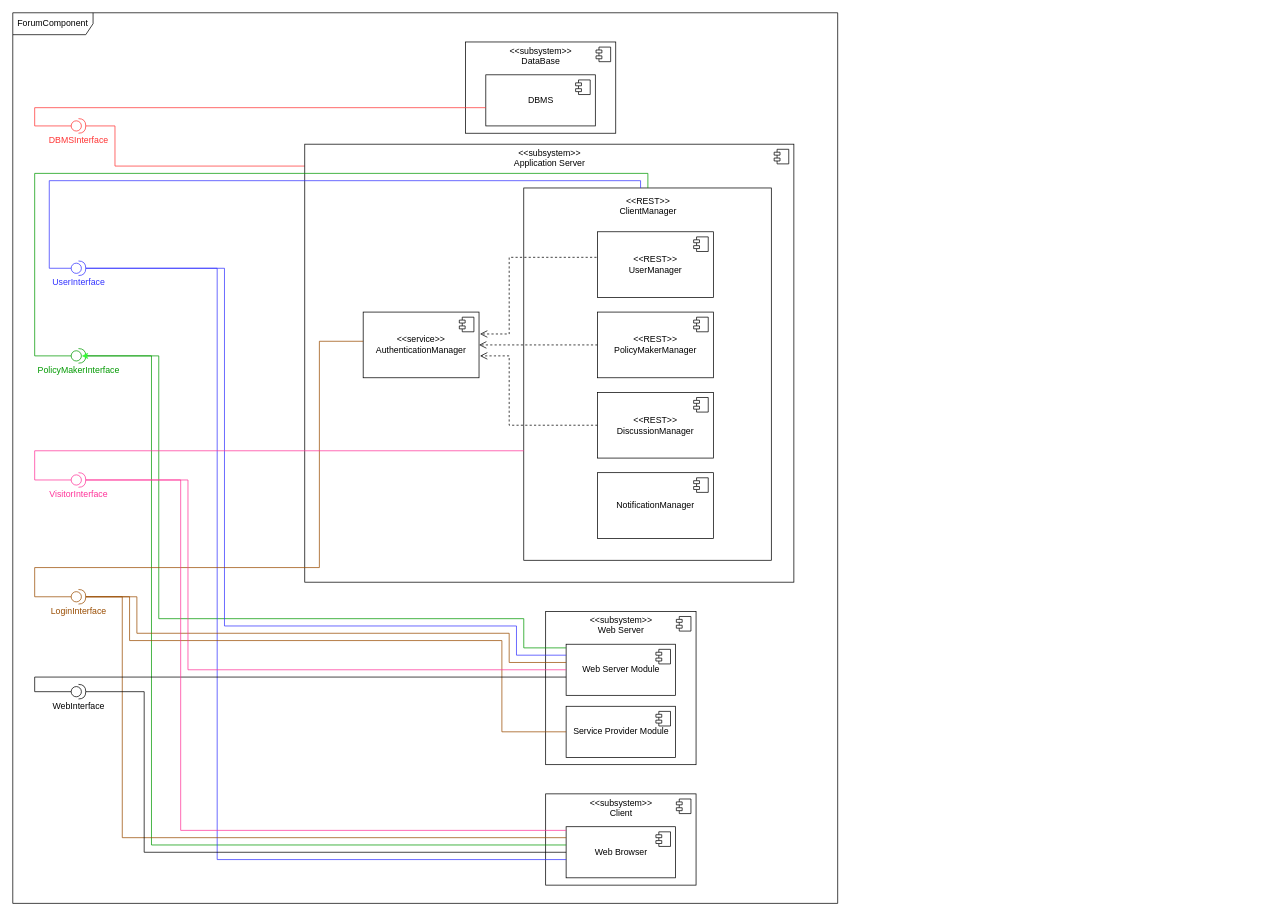
Earlier version of the draw.io diagram page "ForumComponent" (1 of 2) of DD Diagrams/ComponentDiagram.drawio (matteovisotto/SE2-CecchettoSirianiVisotto). Source tidied: cells renumbered, new cells numbered last; positions are measured from the earlier drawing's top-left corner, leaving out a move shared by most shapes. Both pictures are drawn from the tidied source at 73%, with x=0, y=0 at pixel (12, 12).
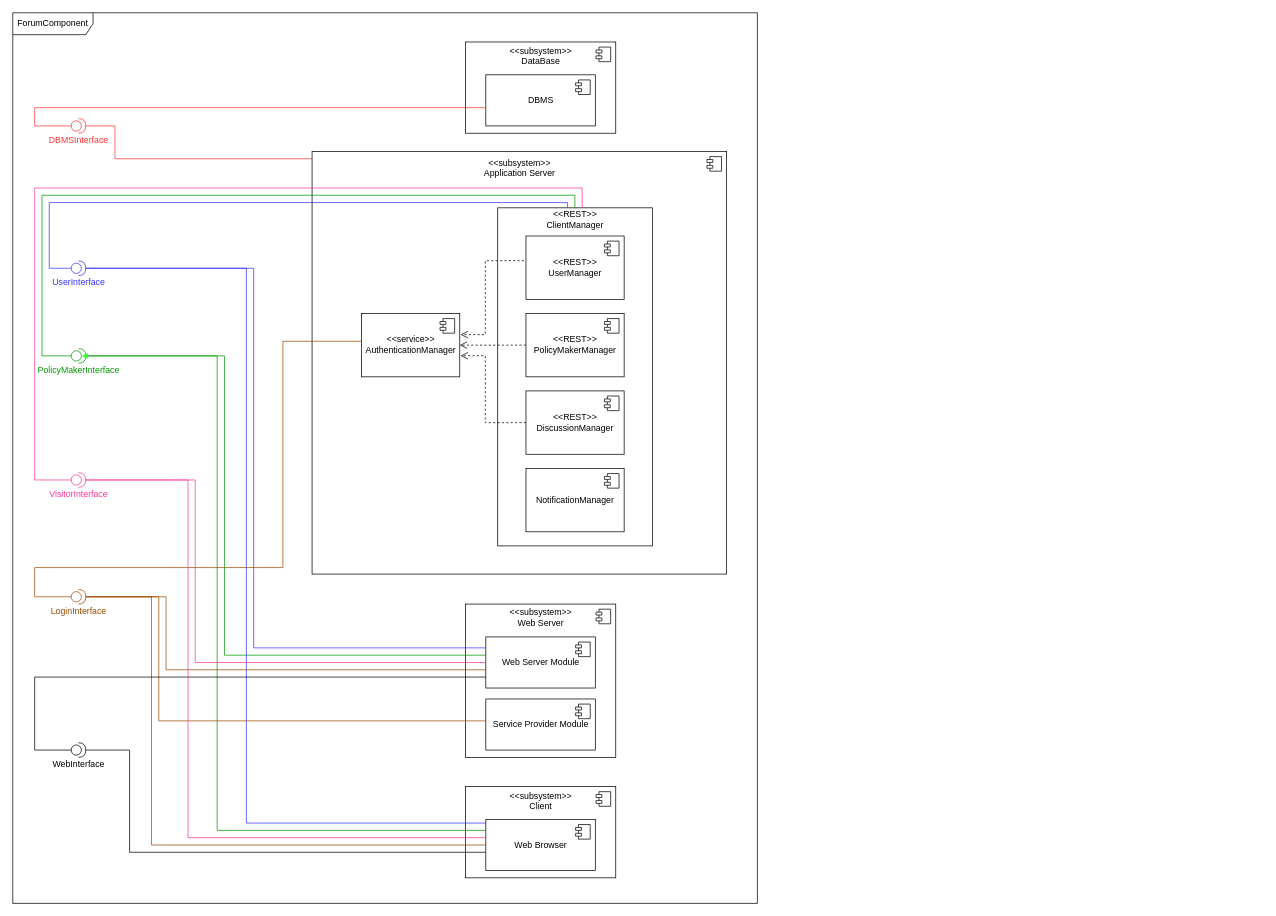
The same diagram, later.

Unchanged cells that the change refers to:
```xml
<mxCell id="3" value="&lt;font color=&quot;#ff3333&quot;&gt;DBMSInterface&lt;/font&gt;" style="shape=providedRequiredInterface;html=1;verticalLabelPosition=bottom;sketch=0;strokeColor=#FF3333;" parent="1" vertex="1">
  <mxGeometry x="80" y="145" width="20" height="20" as="geometry" />
</mxCell>
<mxCell id="9" value="&lt;font color=&quot;#3333ff&quot;&gt;UserInterface&lt;/font&gt;" style="shape=providedRequiredInterface;html=1;verticalLabelPosition=bottom;sketch=0;strokeColor=#3333FF;" parent="1" vertex="1">
  <mxGeometry x="80" y="340" width="20" height="20" as="geometry" />
</mxCell>
<mxCell id="10" value="&lt;font color=&quot;#009900&quot;&gt;PolicyMakerInterface&lt;/font&gt;" style="shape=providedRequiredInterface;html=1;verticalLabelPosition=bottom;sketch=0;strokeColor=#009900;" parent="1" vertex="1">
  <mxGeometry x="80" y="460" width="20" height="20" as="geometry" />
</mxCell>
<mxCell id="14" value="Web Browser" style="html=1;" parent="11" vertex="1">
  <mxGeometry x="28" y="45" width="150" height="70" as="geometry" />
</mxCell>
<mxCell id="19" value="Web Server Module" style="html=1;" parent="16" vertex="1">
  <mxGeometry x="28" y="45" width="150" height="70" as="geometry" />
</mxCell>
<mxCell id="21" value="Service Provider Module" style="html=1;" parent="16" vertex="1">
  <mxGeometry x="28" y="130" width="150" height="70" as="geometry" />
</mxCell>
<mxCell id="47" value="&lt;font color=&quot;#994c00&quot;&gt;LoginInterface&lt;/font&gt;" style="shape=providedRequiredInterface;html=1;verticalLabelPosition=bottom;sketch=0;strokeColor=#994C00;" parent="1" vertex="1">
  <mxGeometry x="80" y="790" width="20" height="20" as="geometry" />
</mxCell>
<mxCell id="61" value="&lt;font color=&quot;#ff3399&quot;&gt;VisitorInterface&lt;/font&gt;" style="shape=providedRequiredInterface;html=1;verticalLabelPosition=bottom;sketch=0;strokeColor=#FF3399;" parent="1" vertex="1">
  <mxGeometry x="80" y="630" width="20" height="20" as="geometry" />
</mxCell>
```

The edit, as a diff of the source:
```diff
@@
     <mxCell id="2" value="ForumComponent" style="shape=umlFrame;whiteSpace=wrap;html=1;width=110;height=30;" parent="1" vertex="1">
-      <mxGeometry width="1130" height="1220" as="geometry" />
+      <mxGeometry width="1020" height="1220" as="geometry" />
     </mxCell>
@@
     <mxCell id="11" style="group;" parent="1" vertex="1">
-      <mxGeometry x="730" y="1070" width="206" height="125" as="geometry" />
+      <mxGeometry x="620" y="1060" width="206" height="125" as="geometry" />
     </mxCell>
@@
     <mxCell id="16" style="group;" parent="1" vertex="1">
-      <mxGeometry x="730" y="820" width="206" height="210" as="geometry" />
+      <mxGeometry x="620" y="810" width="206" height="210" as="geometry" />
     </mxCell>
@@
     <mxCell id="24" style="endArrow=none;html=1;edgeStyle=orthogonalEdgeStyle;rounded=0;exitX=1;exitY=0.5;exitDx=0;exitDy=0;exitPerimeter=0;strokeColor=#FF3333;" parent="1" edge="1" source="3" target="27">
       <mxGeometry relative="1" as="geometry">
         <Array as="points">
           <mxPoint x="140" y="155" />
-          <mxPoint x="140" y="210" />
+          <mxPoint x="140" y="200" />
         </Array>
       </mxGeometry>
     </mxCell>
     <mxCell id="25" style="group;" parent="1" vertex="1">
-      <mxGeometry x="400" y="180" width="1312.7" height="611.5" as="geometry" />
+      <mxGeometry x="450" y="190" width="1262.7" height="590" as="geometry" />
     </mxCell>
     <mxCell id="26" style="group;" parent="25" vertex="1">
-      <mxGeometry width="1312.7" height="611.5" as="geometry" />
+      <mxGeometry x="-40" width="1112.7" height="590" as="geometry" />
     </mxCell>
-    <mxCell id="27" value="&amp;lt;&amp;lt;subsystem&amp;gt;&amp;gt;&lt;br&gt;Application Server&lt;br&gt;&lt;br&gt;&lt;br&gt;&lt;br&gt;&lt;br&gt;&lt;br&gt;&lt;br&gt;&lt;br&gt;&lt;br&gt;&lt;br&gt;&lt;br&gt;&lt;br&gt;&lt;br&gt;&lt;br&gt;&lt;br&gt;&lt;br&gt;&lt;br&gt;&lt;br&gt;&lt;br&gt;&lt;br&gt;&lt;br&gt;&lt;br&gt;&lt;br&gt;&lt;br&gt;&lt;br&gt;&lt;br&gt;&lt;br&gt;&lt;br&gt;&lt;br&gt;&lt;br&gt;&lt;br&gt;&lt;br&gt;&lt;br&gt;&lt;br&gt;&lt;br&gt;&lt;br&gt;&lt;br&gt;&lt;br&gt;&lt;br&gt;&lt;br&gt;" style="html=1;" parent="26" vertex="1">
-      <mxGeometry width="670" height="600" as="geometry" />
+    <mxCell id="27" value="&amp;lt;&amp;lt;subsystem&amp;gt;&amp;gt;&lt;br&gt;Application Server&lt;br&gt;&lt;br&gt;&lt;br&gt;&lt;br&gt;&lt;br&gt;&lt;br&gt;&lt;br&gt;&lt;br&gt;&lt;br&gt;&lt;br&gt;&lt;br&gt;&lt;br&gt;&lt;br&gt;&lt;br&gt;&lt;br&gt;&lt;br&gt;&lt;br&gt;&lt;br&gt;&lt;br&gt;&lt;br&gt;&lt;br&gt;&lt;br&gt;&lt;br&gt;&lt;br&gt;&lt;br&gt;&lt;br&gt;&lt;br&gt;&lt;br&gt;&lt;br&gt;&lt;br&gt;&lt;br&gt;&lt;br&gt;&lt;br&gt;&lt;br&gt;&lt;br&gt;&lt;br&gt;&lt;br&gt;&lt;br&gt;" style="html=1;" parent="26" vertex="1">
+      <mxGeometry width="567.9" height="578.9" as="geometry" />
     </mxCell>
@@
-    <mxCell id="29" value="&amp;lt;&amp;lt;REST&amp;gt;&amp;gt;&lt;br&gt;ClientManager&lt;br&gt;&lt;br&gt;&lt;br&gt;&lt;br&gt;&lt;br&gt;&lt;br&gt;&lt;br&gt;&lt;br&gt;&lt;br&gt;&lt;br&gt;&lt;br&gt;&lt;br&gt;&lt;br&gt;&lt;br&gt;&lt;br&gt;&lt;br&gt;&lt;br&gt;&lt;br&gt;&lt;br&gt;&lt;br&gt;&lt;br&gt;&lt;br&gt;&lt;br&gt;&lt;br&gt;&lt;br&gt;&lt;br&gt;&lt;br&gt;&lt;br&gt;&lt;br&gt;&lt;br&gt;&lt;br&gt;&lt;br&gt;&lt;br&gt;" style="html=1;" parent="26" vertex="1">
-      <mxGeometry x="300" y="60" width="339.1" height="510" as="geometry" />
+    <mxCell id="29" value="&amp;lt;&amp;lt;REST&amp;gt;&amp;gt;&lt;br&gt;ClientManager&lt;br&gt;&lt;br&gt;&lt;br&gt;&lt;br&gt;&lt;br&gt;&lt;br&gt;&lt;br&gt;&lt;br&gt;&lt;br&gt;&lt;br&gt;&lt;br&gt;&lt;br&gt;&lt;br&gt;&lt;br&gt;&lt;br&gt;&lt;br&gt;&lt;br&gt;&lt;br&gt;&lt;br&gt;&lt;br&gt;&lt;br&gt;&lt;br&gt;&lt;br&gt;&lt;br&gt;&lt;br&gt;&lt;br&gt;&lt;br&gt;&lt;br&gt;&lt;br&gt;&lt;br&gt;&lt;br&gt;" style="html=1;" parent="26" vertex="1">
+      <mxGeometry x="254.3" y="77.2" width="211.9" height="463.1" as="geometry" />
     </mxCell>
@@
     <mxCell id="31" style="html=1;verticalAlign=bottom;endArrow=open;dashed=1;endSize=8;rounded=0;" parent="26" edge="1" source="39">
       <mxGeometry relative="1" as="geometry">
-        <mxPoint x="240" y="290" as="targetPoint" />
+        <mxPoint x="203.4" y="279.8" as="targetPoint" />
         <Array as="points">
-          <mxPoint x="280" y="385" />
-          <mxPoint x="280" y="290" />
-          <mxPoint x="260" y="290" />
+          <mxPoint x="237.3" y="371.5" />
+          <mxPoint x="237.3" y="279.8" />
+          <mxPoint x="220.4" y="279.8" />
         </Array>
       </mxGeometry>
     </mxCell>
     <mxCell id="32" style="html=1;verticalAlign=bottom;endArrow=open;dashed=1;endSize=8;rounded=0;" parent="26" edge="1">
       <mxGeometry relative="1" as="geometry">
-        <mxPoint x="441.7" y="155" as="sourcePoint" />
-        <mxPoint x="240" y="260" as="targetPoint" />
+        <mxPoint x="374.4" y="149.6" as="sourcePoint" />
+        <mxPoint x="203.4" y="250.9" as="targetPoint" />
         <Array as="points">
-          <mxPoint x="280" y="155" />
-          <mxPoint x="280" y="260" />
+          <mxPoint x="237.3" y="149.6" />
+          <mxPoint x="237.3" y="250.9" />
         </Array>
       </mxGeometry>
     </mxCell>
     <mxCell id="33" value="&amp;lt;&amp;lt;REST&amp;gt;&amp;gt;&lt;br&gt;UserManager" style="html=1;" parent="26" vertex="1">
-      <mxGeometry x="401" y="120" width="158.7" height="90" as="geometry" />
+      <mxGeometry x="293" y="115.8" width="134.5" height="86.8" as="geometry" />
     </mxCell>
@@
     <mxCell id="35" value="&amp;lt;&amp;lt;REST&amp;gt;&amp;gt;&lt;br&gt;PolicyMakerManager" style="html=1;" parent="26" vertex="1">
-      <mxGeometry x="401" y="230" width="158.7" height="90" as="geometry" />
+      <mxGeometry x="293" y="221.9" width="134.5" height="86.8" as="geometry" />
     </mxCell>
@@
     <mxCell id="37" value="NotificationManager" style="html=1;" parent="26" vertex="1">
-      <mxGeometry x="401" y="450" width="158.7" height="90" as="geometry" />
+      <mxGeometry x="293" y="434.2" width="134.5" height="86.8" as="geometry" />
     </mxCell>
@@
     <mxCell id="39" value="&amp;lt;&amp;lt;REST&amp;gt;&amp;gt;&lt;br&gt;DiscussionManager" style="html=1;" parent="26" vertex="1">
-      <mxGeometry x="401" y="340" width="158.7" height="90" as="geometry" />
+      <mxGeometry x="293" y="328" width="134.5" height="86.8" as="geometry" />
     </mxCell>
@@
     <mxCell id="41" value="&amp;lt;&amp;lt;service&amp;gt;&amp;gt;&lt;br&gt;AuthenticationManager" style="html=1;" parent="26" vertex="1">
-      <mxGeometry x="80" y="230" width="158.7" height="90" as="geometry" />
+      <mxGeometry x="67.8" y="221.9" width="134.5" height="86.8" as="geometry" />
     </mxCell>
@@
     <mxCell id="43" style="endArrow=none;html=1;edgeStyle=orthogonalEdgeStyle;rounded=0;exitX=0;exitY=0.5;exitDx=0;exitDy=0;exitPerimeter=0;strokeColor=#3333FF;" parent="1" edge="1" source="9" target="29">
       <mxGeometry relative="1" as="geometry">
         <Array as="points">
           <mxPoint x="50" y="350" />
-          <mxPoint x="50" y="230" />
-          <mxPoint x="860" y="230" />
+          <mxPoint x="50" y="260" />
+          <mxPoint x="760" y="260" />
         </Array>
       </mxGeometry>
     </mxCell>
     <mxCell id="44" style="endArrow=none;html=1;edgeStyle=orthogonalEdgeStyle;rounded=0;exitX=0;exitY=0.5;exitDx=0;exitDy=0;exitPerimeter=0;strokeColor=#009900;" parent="1" edge="1" source="10" target="29">
       <mxGeometry relative="1" as="geometry">
         <Array as="points">
-          <mxPoint x="30" y="470" />
-          <mxPoint x="30" y="220" />
-          <mxPoint x="870" y="220" />
+          <mxPoint x="40" y="470" />
+          <mxPoint x="40" y="250" />
+          <mxPoint x="770" y="250" />
         </Array>
       </mxGeometry>
     </mxCell>
     <mxCell id="45" style="endArrow=none;html=1;edgeStyle=orthogonalEdgeStyle;rounded=0;exitX=1;exitY=0.5;exitDx=0;exitDy=0;exitPerimeter=0;strokeColor=#009900;" parent="1" edge="1" source="10" target="14">
       <mxGeometry relative="1" as="geometry">
         <Array as="points">
-          <mxPoint x="190" y="470" />
-          <mxPoint x="190" y="1140" />
+          <mxPoint x="280" y="470" />
+          <mxPoint x="280" y="1120" />
         </Array>
       </mxGeometry>
     </mxCell>
     <mxCell id="46" style="endArrow=none;html=1;edgeStyle=orthogonalEdgeStyle;rounded=0;exitX=1;exitY=0.5;exitDx=0;exitDy=0;exitPerimeter=0;strokeColor=#009900;" parent="1" edge="1" source="10" target="19">
       <mxGeometry relative="1" as="geometry">
         <Array as="points">
-          <mxPoint x="200" y="470" />
-          <mxPoint x="200" y="830" />
-          <mxPoint x="700" y="830" />
-          <mxPoint x="700" y="870" />
+          <mxPoint x="290" y="470" />
+          <mxPoint x="290" y="880" />
         </Array>
       </mxGeometry>
     </mxCell>
@@
     <mxCell id="48" value="WebInterface" style="shape=providedRequiredInterface;html=1;verticalLabelPosition=bottom;sketch=0;" parent="1" vertex="1">
-      <mxGeometry x="80" y="920" width="20" height="20" as="geometry" />
+      <mxGeometry x="80" y="1000" width="20" height="20" as="geometry" />
     </mxCell>
     <mxCell id="49" style="endArrow=none;html=1;edgeStyle=orthogonalEdgeStyle;rounded=0;strokeColor=#3333FF;" parent="1" edge="1" target="19">
       <mxGeometry relative="1" as="geometry">
         <mxPoint x="100" y="350" as="sourcePoint" />
         <Array as="points">
-          <mxPoint x="290" y="350" />
-          <mxPoint x="290" y="840" />
-          <mxPoint x="690" y="840" />
-          <mxPoint x="690" y="880" />
+          <mxPoint x="330" y="350" />
+          <mxPoint x="330" y="870" />
         </Array>
       </mxGeometry>
     </mxCell>
     <mxCell id="50" style="endArrow=none;html=1;edgeStyle=orthogonalEdgeStyle;rounded=0;exitX=1;exitY=0.5;exitDx=0;exitDy=0;exitPerimeter=0;strokeColor=#3333FF;" parent="1" edge="1" source="9" target="14">
       <mxGeometry relative="1" as="geometry">
         <Array as="points">
-          <mxPoint x="280" y="350" />
-          <mxPoint x="280" y="1160" />
+          <mxPoint x="320" y="350" />
+          <mxPoint x="320" y="1110" />
         </Array>
       </mxGeometry>
     </mxCell>
     <mxCell id="51" style="endArrow=none;html=1;edgeStyle=orthogonalEdgeStyle;rounded=0;exitX=0;exitY=0.5;exitDx=0;exitDy=0;exitPerimeter=0;strokeColor=#994C00;" parent="1" edge="1" source="47" target="41">
       <mxGeometry relative="1" as="geometry">
         <Array as="points">
           <mxPoint x="30" y="800" />
           <mxPoint x="30" y="760" />
-          <mxPoint x="420" y="760" />
-          <mxPoint x="420" y="450" />
+          <mxPoint x="370" y="760" />
+          <mxPoint x="370" y="450" />
         </Array>
       </mxGeometry>
     </mxCell>
     <mxCell id="52" style="endArrow=none;html=1;edgeStyle=orthogonalEdgeStyle;rounded=0;exitX=1;exitY=0.5;exitDx=0;exitDy=0;exitPerimeter=0;strokeColor=#994C00;" parent="1" edge="1" source="47" target="21">
       <mxGeometry relative="1" as="geometry">
         <Array as="points">
-          <mxPoint x="160" y="800" />
-          <mxPoint x="160" y="860" />
-          <mxPoint x="670" y="860" />
-          <mxPoint x="670" y="985" />
+          <mxPoint x="200" y="800" />
+          <mxPoint x="200" y="970" />
         </Array>
       </mxGeometry>
     </mxCell>
     <mxCell id="53" style="endArrow=none;html=1;edgeStyle=orthogonalEdgeStyle;rounded=0;exitX=1;exitY=0.5;exitDx=0;exitDy=0;exitPerimeter=0;strokeColor=#994C00;" parent="1" edge="1" source="47" target="14">
       <mxGeometry relative="1" as="geometry">
         <Array as="points">
-          <mxPoint x="150" y="800" />
-          <mxPoint x="150" y="1130" />
+          <mxPoint x="190" y="800" />
+          <mxPoint x="190" y="1140" />
         </Array>
       </mxGeometry>
     </mxCell>
     <mxCell id="54" style="endArrow=none;html=1;edgeStyle=orthogonalEdgeStyle;rounded=0;exitX=1;exitY=0.5;exitDx=0;exitDy=0;exitPerimeter=0;strokeColor=#994C00;" parent="1" edge="1" source="47" target="19">
       <mxGeometry relative="1" as="geometry">
         <Array as="points">
-          <mxPoint x="170" y="800" />
-          <mxPoint x="170" y="850" />
-          <mxPoint x="680" y="850" />
-          <mxPoint x="680" y="890" />
+          <mxPoint x="210" y="800" />
+          <mxPoint x="210" y="900" />
         </Array>
       </mxGeometry>
     </mxCell>
     <mxCell id="55" style="endArrow=none;html=1;edgeStyle=orthogonalEdgeStyle;rounded=0;exitX=0;exitY=0.5;exitDx=0;exitDy=0;exitPerimeter=0;" parent="1" edge="1" source="48" target="19">
       <mxGeometry relative="1" as="geometry">
         <Array as="points">
-          <mxPoint x="30" y="930" />
+          <mxPoint x="30" y="1010" />
           <mxPoint x="30" y="910" />
         </Array>
       </mxGeometry>
     </mxCell>
     <mxCell id="56" style="endArrow=none;html=1;edgeStyle=orthogonalEdgeStyle;rounded=0;exitX=1;exitY=0.5;exitDx=0;exitDy=0;exitPerimeter=0;" parent="1" edge="1" source="48" target="14">
       <mxGeometry relative="1" as="geometry">
         <Array as="points">
-          <mxPoint x="180" y="930" />
-          <mxPoint x="180" y="1150" />
+          <mxPoint x="160" y="1010" />
+          <mxPoint x="160" y="1150" />
         </Array>
       </mxGeometry>
     </mxCell>
@@
     <mxCell id="58" style="edgeStyle=orthogonalEdgeStyle;rounded=0;jettySize=auto;html=1;exitX=0;exitY=0.5;exitDx=0;exitDy=0;exitPerimeter=0;fontColor=#994C00;strokeColor=#FF3399;endArrow=none;endFill=0;" parent="1" edge="1" source="61" target="29">
       <mxGeometry relative="1" as="geometry">
         <Array as="points">
           <mxPoint x="30" y="640" />
-          <mxPoint x="30" y="600" />
+          <mxPoint x="30" y="240" />
+          <mxPoint x="780" y="240" />
         </Array>
       </mxGeometry>
     </mxCell>
     <mxCell id="59" style="edgeStyle=orthogonalEdgeStyle;rounded=0;jettySize=auto;html=1;exitX=1;exitY=0.5;exitDx=0;exitDy=0;exitPerimeter=0;fontColor=#994C00;endArrow=none;endFill=0;strokeColor=#FF3399;" parent="1" edge="1" source="61" target="14">
       <mxGeometry relative="1" as="geometry">
         <Array as="points">
-          <mxPoint x="230" y="640" />
-          <mxPoint x="230" y="1120" />
+          <mxPoint x="240" y="640" />
+          <mxPoint x="240" y="1130" />
         </Array>
       </mxGeometry>
     </mxCell>
     <mxCell id="60" style="edgeStyle=orthogonalEdgeStyle;rounded=0;jettySize=auto;html=1;exitX=1;exitY=0.5;exitDx=0;exitDy=0;exitPerimeter=0;fontColor=#994C00;endArrow=none;endFill=0;strokeColor=#FF3399;" parent="1" edge="1" source="61" target="19">
       <mxGeometry relative="1" as="geometry">
         <Array as="points">
-          <mxPoint x="240" y="640" />
-          <mxPoint x="240" y="900" />
+          <mxPoint x="250" y="640" />
+          <mxPoint x="250" y="890" />
         </Array>
       </mxGeometry>
     </mxCell>
```
